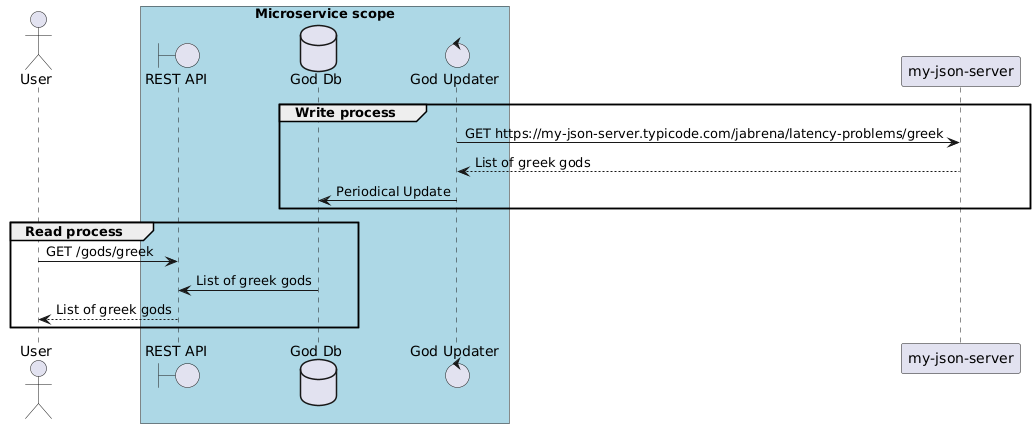
jabrena/101-cursor keeps this PlantUML diagram as docs/images/uml-sequence-diagram.png. Above is the earlier version. Its source is kept beside it as docs-analysis/uml-sequence-diagram.plantuml. Its diagram source:
```plantuml
@startuml

actor "User"

box "Microservice scope" #LightBlue

boundary "REST API"
database "God Db"
control "God Updater"

end box

group Write process

"God Updater" -> "my-json-server": GET https://my-json-server.typicode.com/jabrena/latency-problems/greek
"God Updater" <-- "my-json-server": List of greek gods
"God Db" <- "God Updater" : Periodical Update

end

group Read process

"User" -> "REST API": GET /gods/greek
"God Db" -> "REST API": List of greek gods
"User" <-- "REST API": List of greek gods

end

@enduml
```
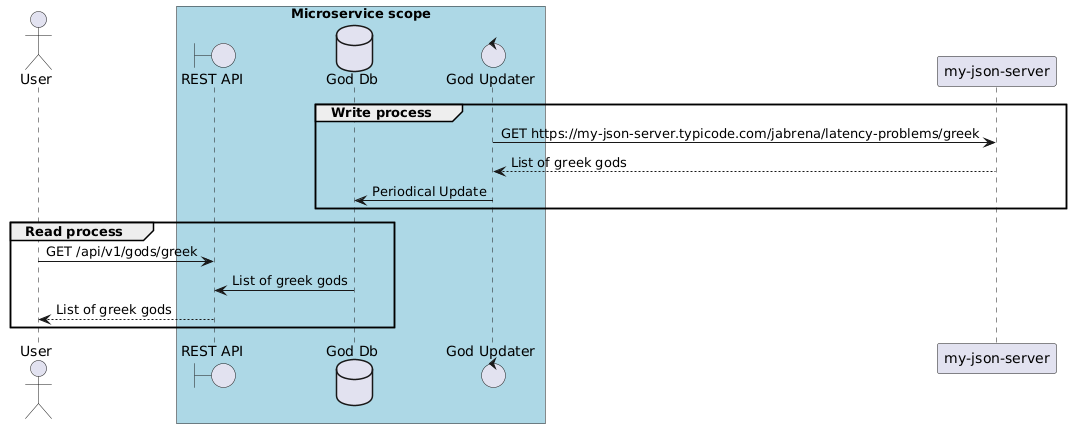
After the change.

Change to the diagram source:
```diff
@@ -20,7 +20,7 @@
 
 group Read process
 
-"User" -> "REST API": GET /gods/greek
+"User" -> "REST API": GET /api/v1/gods/greek
 "God Db" -> "REST API": List of greek gods
 "User" <-- "REST API": List of greek gods
 
```
